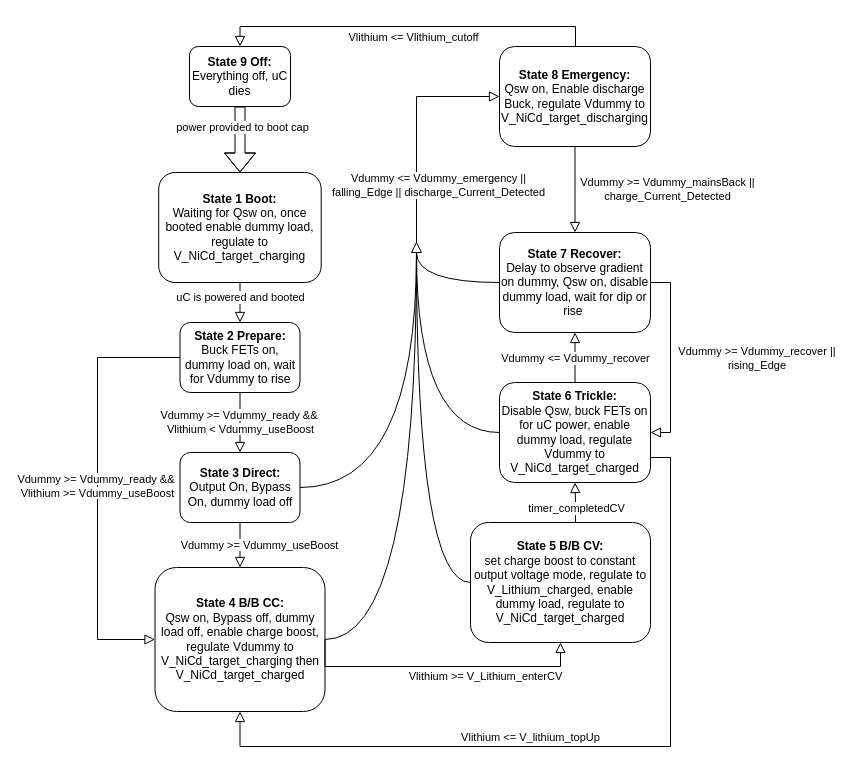
The draw.io diagram InterfaceFinal202.drawio in BStainthorpe/Flowcharts, before the edit. Source tidied: cells renumbered, new cells numbered last; positions are measured from the earlier drawing's top-left corner, leaving out a move shared by most shapes. Both pictures are drawn from the tidied source at 100%, with x=0, y=0 at pixel (97, 26).
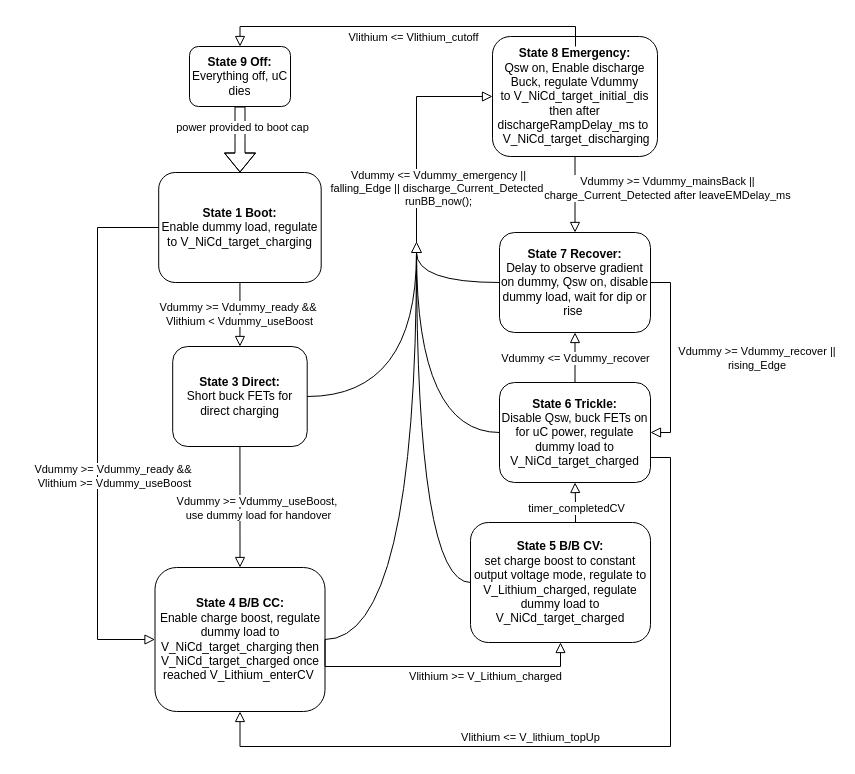
The same page after the edit.

Unchanged cells that the change refers to:
```xml
<mxCell id="22" style="rounded=0;html=1;jettySize=auto;fontSize=11;endArrow=block;endFill=0;endSize=8;strokeWidth=1;shadow=0;labelBackgroundColor=none;edgeStyle=orthogonalEdgeStyle;entryX=0;entryY=0.5;entryDx=0;entryDy=0;exitX=1;exitY=0.5;exitDx=0;exitDy=0;" parent="1" edge="1" source="16" target="21">
  <mxGeometry x="0.04" y="20" relative="1" as="geometry" />
</mxCell>
<mxCell id="30" style="rounded=0;html=1;jettySize=auto;fontSize=11;endArrow=block;endFill=0;endSize=8;strokeWidth=1;shadow=0;labelBackgroundColor=none;edgeStyle=orthogonalEdgeStyle;entryX=0.5;entryY=0;entryDx=0;entryDy=0;exitX=0.5;exitY=1;exitDx=0;exitDy=0;" parent="1" edge="1" source="21" target="15">
  <mxGeometry x="0.04" y="20" relative="1" as="geometry" />
</mxCell>
```

Change to the diagram source:
```diff
@@
-    <mxCell id="2" style="rounded=0;html=1;jettySize=auto;fontSize=11;endArrow=block;endFill=0;endSize=8;strokeWidth=1;shadow=0;labelBackgroundColor=none;edgeStyle=orthogonalEdgeStyle;" parent="1" edge="1" source="4">
-      <mxGeometry relative="1" as="geometry">
-        <mxPoint x="142.5" y="296" as="targetPoint" />
-      </mxGeometry>
-    </mxCell>
-    <mxCell id="3" value="uC is powered and booted" style="edgeLabel;html=1;align=center;verticalAlign=middle;" parent="2" vertex="1">
-      <mxGeometry x="-0.07" y="1" relative="1" as="geometry">
-        <mxPoint x="-1" y="-5" as="offset" />
-      </mxGeometry>
-    </mxCell>
-    <mxCell id="4" value="&lt;b&gt;State 1 Boot:&lt;/b&gt;&lt;div&gt;Waiting for Qsw on, once booted enable dummy load, regulate to V_NiCd_target_charging&lt;/div&gt;" style="rounded=1;whiteSpace=wrap;html=1;fontSize=12;glass=0;strokeWidth=1;shadow=0;" parent="1" vertex="1">
+    <mxCell id="4" value="&lt;b&gt;State 1 Boot:&lt;/b&gt;&lt;div&gt;Enable dummy load, regulate to V_NiCd_target_charging&lt;/div&gt;" style="rounded=1;whiteSpace=wrap;html=1;fontSize=12;glass=0;strokeWidth=1;shadow=0;" parent="1" vertex="1">
       <mxGeometry x="61.2" y="146" width="162.5" height="110" as="geometry" />
     </mxCell>
-    <mxCell id="5" value="&lt;span style=&quot;background-color: rgb(255, 255, 255);&quot;&gt;Vdummy &amp;gt;= Vdummy_useBoost&lt;/span&gt;" style="rounded=0;html=1;jettySize=auto;fontSize=11;endArrow=block;endFill=0;endSize=8;strokeWidth=1;shadow=0;labelBackgroundColor=none;edgeStyle=orthogonalEdgeStyle;exitX=0.5;exitY=1;exitDx=0;exitDy=0;entryX=0.5;entryY=0;entryDx=0;entryDy=0;" parent="1" edge="1" source="8" target="9">
-      <mxGeometry x="0.05" y="19" relative="1" as="geometry">
-        <mxPoint y="-1" as="offset" />
-      </mxGeometry>
+    <mxCell id="5" value="&lt;span style=&quot;background-color: rgb(255, 255, 255);&quot;&gt;Vdummy &amp;gt;= Vdummy_useBoost,&amp;nbsp;&lt;/span&gt;&lt;div&gt;&lt;span style=&quot;background-color: rgb(255, 255, 255);&quot;&gt;use dummy load for handover&lt;/span&gt;&lt;/div&gt;" style="rounded=0;html=1;jettySize=auto;fontSize=11;endArrow=block;endFill=0;endSize=8;strokeWidth=1;shadow=0;labelBackgroundColor=none;edgeStyle=orthogonalEdgeStyle;exitX=0.5;exitY=1;exitDx=0;exitDy=0;entryX=0.5;entryY=0;entryDx=0;entryDy=0;" parent="1" edge="1" source="8" target="9">
+      <mxGeometry x="0.03" y="19" relative="1" as="geometry" />
     </mxCell>
-    <mxCell id="6" value="&lt;span style=&quot;background-color: rgb(255, 255, 255);&quot;&gt;Vdummy &amp;gt;= Vdummy_ready &amp;amp;&amp;amp;&amp;nbsp;&lt;/span&gt;&lt;div&gt;&lt;span style=&quot;background-color: rgb(255, 255, 255);&quot;&gt;Vlithium &amp;lt; Vdummy_useBoost&lt;/span&gt;&lt;/div&gt;" style="edgeStyle=orthogonalEdgeStyle;rounded=0;html=1;jettySize=auto;fontSize=11;endArrow=block;endFill=0;endSize=8;strokeWidth=1;shadow=0;labelBackgroundColor=none;entryX=0.5;entryY=0;entryDx=0;entryDy=0;exitX=0.5;exitY=1;exitDx=0;exitDy=0;" parent="1" edge="1" source="7" target="8">
+    <mxCell id="6" value="&lt;span style=&quot;background-color: rgb(255, 255, 255);&quot;&gt;Vdummy &amp;gt;= Vdummy_ready &amp;amp;&amp;amp;&amp;nbsp;&lt;/span&gt;&lt;div&gt;&lt;span style=&quot;background-color: rgb(255, 255, 255);&quot;&gt;Vlithium &amp;lt; Vdummy_useBoost&lt;/span&gt;&lt;/div&gt;" style="edgeStyle=orthogonalEdgeStyle;rounded=0;html=1;jettySize=auto;fontSize=11;endArrow=block;endFill=0;endSize=8;strokeWidth=1;shadow=0;labelBackgroundColor=none;entryX=0.5;entryY=0;entryDx=0;entryDy=0;exitX=0.5;exitY=1;exitDx=0;exitDy=0;" parent="1" edge="1" source="4" target="8">
       <mxGeometry relative="1" as="geometry" />
     </mxCell>
-    <mxCell id="7" value="&lt;b&gt;State 2 Prepare:&lt;/b&gt;&lt;div&gt;Buck FETs on, dummy load on, wait for Vdummy to rise&lt;/div&gt;" style="rounded=1;whiteSpace=wrap;html=1;fontSize=12;glass=0;strokeWidth=1;shadow=0;" parent="1" vertex="1">
-      <mxGeometry x="82.5" y="296" width="120" height="70" as="geometry" />
-    </mxCell>
-    <mxCell id="8" value="&lt;b&gt;State 3 Direct:&lt;/b&gt;&lt;div&gt;Output On, Bypass On, dummy load off&lt;/div&gt;" style="rounded=1;whiteSpace=wrap;html=1;fontSize=12;glass=0;strokeWidth=1;shadow=0;" parent="1" vertex="1">
-      <mxGeometry x="82.5" y="426" width="120" height="70" as="geometry" />
+    <mxCell id="8" value="&lt;b&gt;State 3 Direct:&lt;/b&gt;&lt;div&gt;Short buck FETs for direct charging&lt;/div&gt;" style="rounded=1;whiteSpace=wrap;html=1;fontSize=12;glass=0;strokeWidth=1;shadow=0;" parent="1" vertex="1">
+      <mxGeometry x="75.2" y="320" width="134.5" height="100" as="geometry" />
     </mxCell>
-    <mxCell id="9" value="&lt;b&gt;State 4 B/B CC:&lt;/b&gt;&lt;div&gt;Qsw on, Bypass off, dummy load off, enable charge boost, regulate Vdummy to V_NiCd_target_charging then V_NiCd_target_charged&lt;/div&gt;" style="rounded=1;whiteSpace=wrap;html=1;fontSize=12;glass=0;strokeWidth=1;shadow=0;" parent="1" vertex="1">
+    <mxCell id="9" value="&lt;b&gt;State 4 B/B CC:&lt;/b&gt;&lt;div&gt;Enable charge boost, regulate dummy load to V_NiCd_target_charging then V_NiCd_target_charged once reached V_Lithium_enterCV&amp;nbsp;&lt;/div&gt;" style="rounded=1;whiteSpace=wrap;html=1;fontSize=12;glass=0;strokeWidth=1;shadow=0;" parent="1" vertex="1">
       <mxGeometry x="57.5" y="541" width="170" height="144" as="geometry" />
     </mxCell>
-    <mxCell id="10" value="&lt;b&gt;State 5 B/B CV:&lt;/b&gt;&lt;div&gt;set charge boost to constant output voltage mode, regulate to V_Lithium_charged, enable dummy load, regulate to V_NiCd_target_charged&lt;/div&gt;" style="rounded=1;whiteSpace=wrap;html=1;fontSize=12;glass=0;strokeWidth=1;shadow=0;" parent="1" vertex="1">
+    <mxCell id="10" value="&lt;b&gt;State 5 B/B CV:&lt;/b&gt;&lt;div&gt;set charge boost to constant output voltage mode, regulate to V_Lithium_charged, regulate dummy load to V_NiCd_target_charged&lt;/div&gt;" style="rounded=1;whiteSpace=wrap;html=1;fontSize=12;glass=0;strokeWidth=1;shadow=0;" parent="1" vertex="1">
       <mxGeometry x="373" y="496" width="180" height="120" as="geometry" />
     </mxCell>
-    <mxCell id="11" value="&lt;span style=&quot;background-color: rgb(255, 255, 255);&quot;&gt;Vlithium &amp;gt;= V_Lithium_enterCV&lt;/span&gt;" style="rounded=0;html=1;jettySize=auto;fontSize=11;endArrow=block;endFill=0;endSize=8;strokeWidth=1;shadow=0;labelBackgroundColor=none;edgeStyle=orthogonalEdgeStyle;exitX=1;exitY=0.5;exitDx=0;exitDy=0;entryX=0.5;entryY=1;entryDx=0;entryDy=0;" parent="1" edge="1" source="9" target="10">
+    <mxCell id="11" value="&lt;span style=&quot;background-color: rgb(255, 255, 255);&quot;&gt;Vlithium &amp;gt;= V_Lithium_charged&lt;/span&gt;" style="rounded=0;html=1;jettySize=auto;fontSize=11;endArrow=block;endFill=0;endSize=8;strokeWidth=1;shadow=0;labelBackgroundColor=none;edgeStyle=orthogonalEdgeStyle;exitX=1;exitY=0.5;exitDx=0;exitDy=0;entryX=0.5;entryY=1;entryDx=0;entryDy=0;" parent="1" edge="1" source="9" target="10">
       <mxGeometry x="0.3" y="-10" relative="1" as="geometry">
         <Array as="points">
           <mxPoint x="228" y="640" />
           <mxPoint x="463" y="640" />
         </Array>
         <mxPoint x="1" as="offset" />
       </mxGeometry>
     </mxCell>
-    <mxCell id="12" value="&lt;b&gt;State 6 Trickle:&lt;/b&gt;&lt;div&gt;Disable Qsw, buck FETs on for uC power, enable dummy load, regulate Vdummy to V_NiCd_target_charged&lt;/div&gt;" style="rounded=1;whiteSpace=wrap;html=1;fontSize=12;glass=0;strokeWidth=1;shadow=0;" parent="1" vertex="1">
+    <mxCell id="12" value="&lt;b&gt;State 6 Trickle:&lt;/b&gt;&lt;div&gt;Disable Qsw, buck FETs on for uC power, regulate dummy load to V_NiCd_target_charged&lt;/div&gt;" style="rounded=1;whiteSpace=wrap;html=1;fontSize=12;glass=0;strokeWidth=1;shadow=0;" parent="1" vertex="1">
       <mxGeometry x="402" y="356" width="151" height="100" as="geometry" />
     </mxCell>
@@
-    <mxCell id="21" value="&lt;b&gt;State 8 Emergency:&lt;/b&gt;&lt;div&gt;Qsw on, Enable discharge Buck, regulate Vdummy to V_NiCd_target_discharging&lt;/div&gt;" style="rounded=1;whiteSpace=wrap;html=1;fontSize=12;glass=0;strokeWidth=1;shadow=0;" parent="1" vertex="1">
-      <mxGeometry x="402" y="20" width="151" height="100" as="geometry" />
+    <mxCell id="21" value="&lt;b&gt;State 8 Emergency:&lt;/b&gt;&lt;div&gt;Qsw on, Enable discharge Buck, regulate Vdummy to&amp;nbsp;&lt;span style=&quot;background-color: initial;&quot;&gt;V_NiCd_target_initial_dis then after dischargeRampDelay_ms to&lt;/span&gt;&lt;span style=&quot;background-color: initial;&quot;&gt;&amp;nbsp;&lt;/span&gt;&lt;/div&gt;&lt;div&gt;&amp;nbsp;V_NiCd_target_discharging&lt;/div&gt;" style="rounded=1;whiteSpace=wrap;html=1;fontSize=12;glass=0;strokeWidth=1;shadow=0;" parent="1" vertex="1">
+      <mxGeometry x="395" y="10" width="165" height="120" as="geometry" />
     </mxCell>
@@
-    <mxCell id="23" value="Vdummy &amp;lt;= Vdummy_emergency ||&lt;div&gt;falling_Edge || discharge_Current_Detected&lt;/div&gt;" style="edgeLabel;html=1;align=center;verticalAlign=middle;" parent="22" vertex="1">
+    <mxCell id="23" value="Vdummy &amp;lt;= Vdummy_emergency ||&lt;div&gt;falling_Edge || discharge_Current_Detected,&lt;/div&gt;&lt;div&gt;runBB_now();&lt;/div&gt;" style="edgeLabel;html=1;align=center;verticalAlign=middle;" parent="22" vertex="1">
       <mxGeometry x="-0.09" relative="1" as="geometry">
         <mxPoint x="21" y="46" as="offset" />
       </mxGeometry>
     </mxCell>
@@
-    <mxCell id="31" value="Vdummy &amp;gt;= Vdummy_mainsBack ||&lt;div&gt;charge_Current_Detected&lt;/div&gt;" style="edgeLabel;html=1;align=center;verticalAlign=middle;" parent="30" vertex="1">
+    <mxCell id="31" value="Vdummy &amp;gt;= Vdummy_mainsBack ||&lt;div&gt;charge_Current_Detected after leaveEMDelay_ms&lt;/div&gt;" style="edgeLabel;html=1;align=center;verticalAlign=middle;" parent="30" vertex="1">
       <mxGeometry x="-0.09" relative="1" as="geometry">
-        <mxPoint x="92" y="3" as="offset" />
+        <mxPoint x="92" y="-4" as="offset" />
       </mxGeometry>
     </mxCell>
@@
-    <mxCell id="38" value="&lt;span style=&quot;background-color: rgb(255, 255, 255);&quot;&gt;Vdummy &amp;gt;= Vdummy_ready &amp;amp;&amp;amp;&amp;nbsp;&lt;/span&gt;&lt;div&gt;&lt;span style=&quot;background-color: rgb(255, 255, 255);&quot;&gt;Vlithium &amp;gt;= Vdummy_useBoost&lt;/span&gt;&lt;/div&gt;" style="edgeStyle=orthogonalEdgeStyle;rounded=0;html=1;jettySize=auto;fontSize=11;endArrow=block;endFill=0;endSize=8;strokeWidth=1;shadow=0;labelBackgroundColor=none;exitX=0;exitY=0.5;exitDx=0;exitDy=0;entryX=0;entryY=0.5;entryDx=0;entryDy=0;" parent="1" edge="1" source="7" target="9">
-      <mxGeometry relative="1" as="geometry">
+    <mxCell id="38" value="&lt;span style=&quot;background-color: rgb(255, 255, 255);&quot;&gt;Vdummy &amp;gt;= Vdummy_ready &amp;amp;&amp;amp;&amp;nbsp;&lt;/span&gt;&lt;div&gt;&lt;span style=&quot;background-color: rgb(255, 255, 255);&quot;&gt;Vlithium &amp;gt;= Vdummy_useBoost&lt;/span&gt;&lt;/div&gt;" style="edgeStyle=orthogonalEdgeStyle;rounded=0;html=1;jettySize=auto;fontSize=11;endArrow=block;endFill=0;endSize=8;strokeWidth=1;shadow=0;labelBackgroundColor=none;exitX=0;exitY=0.5;exitDx=0;exitDy=0;entryX=0;entryY=0.5;entryDx=0;entryDy=0;" parent="1" edge="1" source="4" target="9">
+      <mxGeometry x="0.17" y="17" relative="1" as="geometry">
         <Array as="points">
-          <mxPoint y="331" />
+          <mxPoint y="201" />
           <mxPoint y="613" />
         </Array>
       </mxGeometry>
     </mxCell>
```
